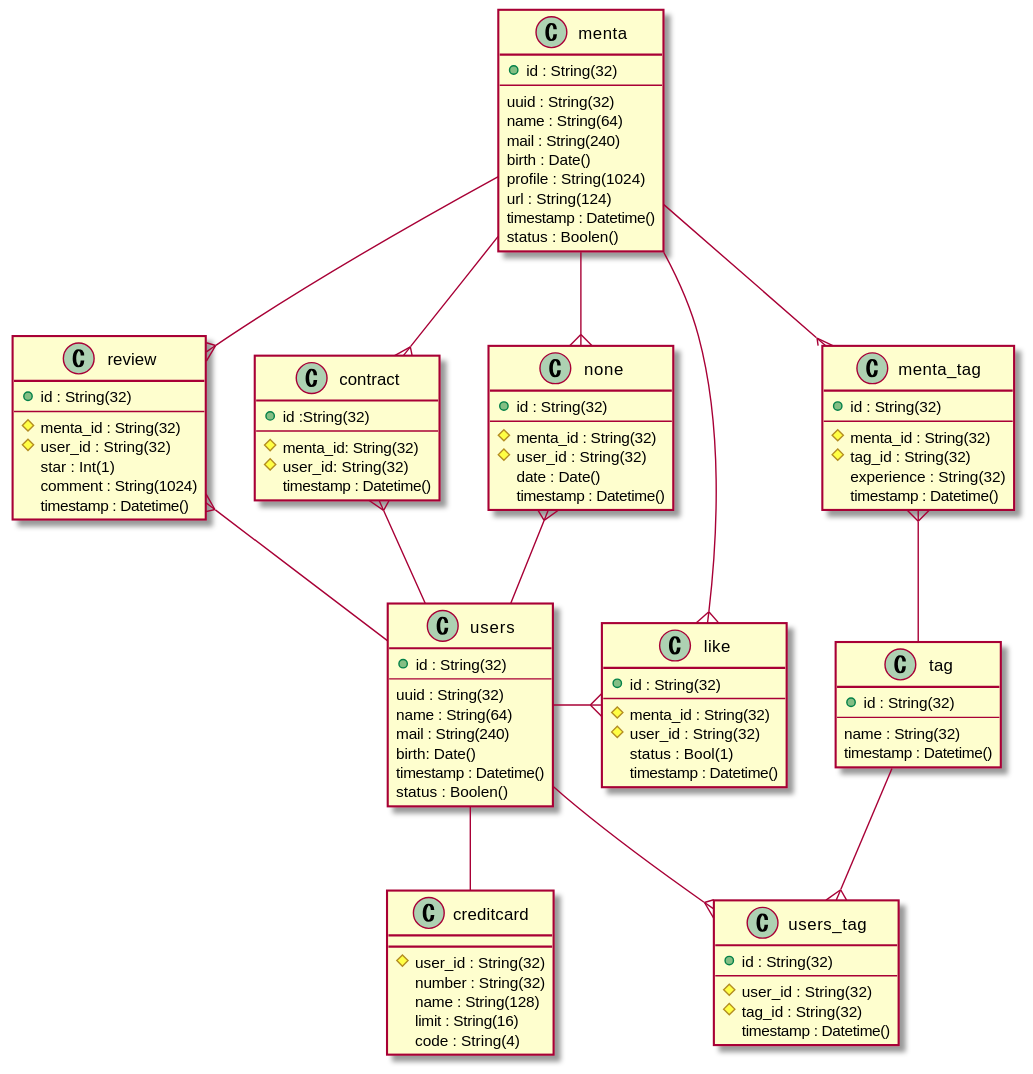
Earlier version of the PlantUML export out/er/ER.svg (mitsuYashi/Mynt).
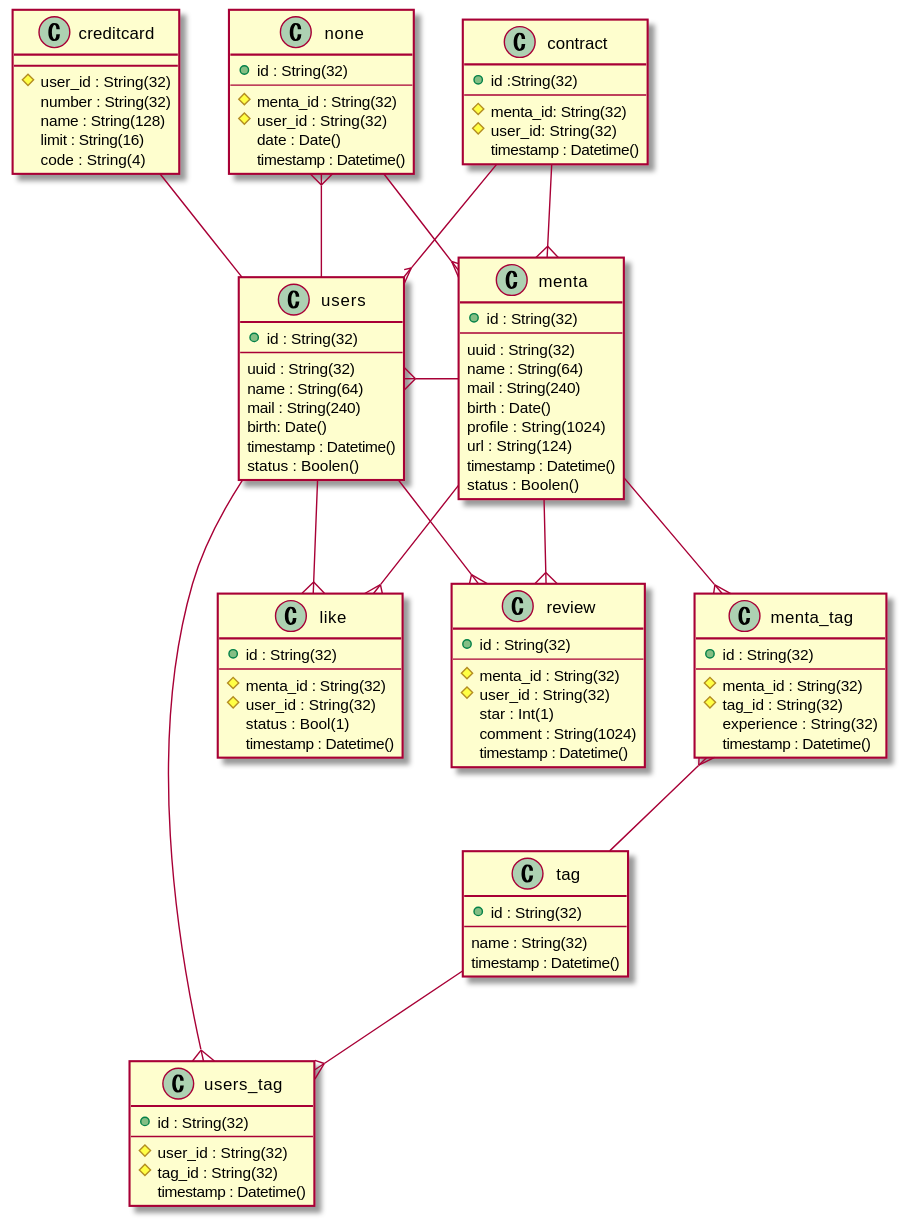
The same diagram one commit later.

The edit, as a diff of the source:
```diff
@@ -92,18 +92,18 @@
     code : String(4)
 }
 
-
+users }- menta
 users -{ like
 menta --{ like
-contract }-- users
-menta --{ contract
+contract --{ users
+contract --{ menta
 none }-- users
-menta --{ none
+none --{ menta
 tag --{ users_tag
 menta_tag }-- tag
-users --{ users_tag
+users -{ users_tag
 menta --{ menta_tag
 review }-- users
 menta --{ review
-users -- creditcard
+creditcard -- users
 @enduml
```
